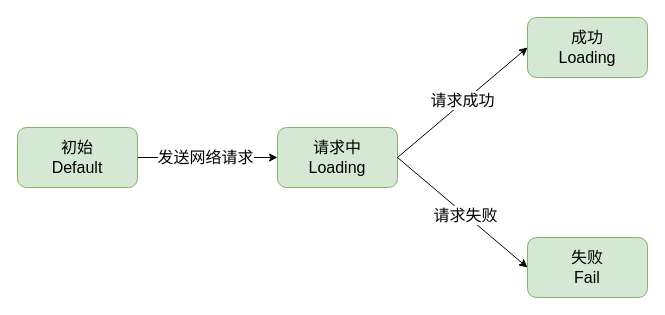
Earlier version of the draw.io diagram page "第 5 页" (5 of 9) of 频道首页执行流程.drawio (hpk1994/shophome). Source tidied: cells renumbered, new cells numbered last; positions are measured from the earlier drawing's top-left corner, leaving out a move shared by most shapes. Both pictures are drawn from the tidied source at 100%, with x=0, y=0 at pixel (17, 17).
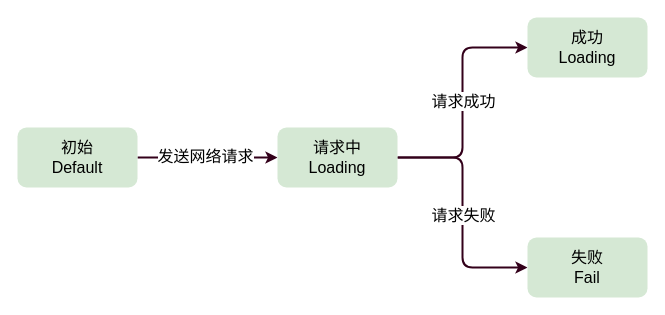
The same page after the edit.

Diff of the diagram source:
```diff
@@
 <mxGraphModel>
   <root>
     <mxCell id="0" />
     <mxCell id="1" parent="0" />
-    <mxCell id="2" style="edgeStyle=orthogonalEdgeStyle;rounded=0;jettySize=auto;html=1;exitX=1;exitY=0.5;exitDx=0;exitDy=0;entryX=0;entryY=0.5;entryDx=0;entryDy=0;fontSize=16;" parent="1" edge="1" source="4" target="5">
+    <mxCell id="2" style="edgeStyle=orthogonalEdgeStyle;rounded=1;jettySize=auto;html=1;exitX=1;exitY=0.5;exitDx=0;exitDy=0;entryX=0;entryY=0.5;entryDx=0;entryDy=0;startSize=34;strokeColor=#33001A;strokeWidth=2;fontSize=16;" parent="1" edge="1" source="4" target="5">
       <mxGeometry relative="1" as="geometry" />
     </mxCell>
     <mxCell id="3" value="发送网络请求" style="text;html=1;align=center;verticalAlign=middle;labelBackgroundColor=#ffffff;fontSize=16;" parent="2" vertex="1">
-      <mxGeometry x="-0.04" y="1" relative="1" as="geometry" />
+      <mxGeometry x="-0.04" y="2" relative="1" as="geometry" />
     </mxCell>
-    <mxCell id="4" value="初始&lt;br&gt;Default" style="rounded=1;whiteSpace=wrap;html=1;fontSize=16;fillColor=#d5e8d4;strokeColor=#82b366;" parent="1" vertex="1">
+    <mxCell id="4" value="初始&lt;br&gt;Default" style="rounded=1;whiteSpace=wrap;html=1;fontSize=16;fillColor=#d5e8d4;strokeColor=none;" parent="1" vertex="1">
       <mxGeometry y="110" width="120" height="60" as="geometry" />
     </mxCell>
+    <mxCell id="12" style="edgeStyle=orthogonalEdgeStyle;rounded=1;jettySize=auto;html=1;exitX=1;exitY=0.5;exitDx=0;exitDy=0;entryX=0;entryY=0.5;entryDx=0;entryDy=0;startSize=34;strokeColor=#33001A;strokeWidth=2;fontSize=16;" parent="1" edge="1" source="5" target="6">
+      <mxGeometry relative="1" as="geometry" />
+    </mxCell>
+    <mxCell id="9" value="请求成功" style="text;html=1;align=center;verticalAlign=middle;labelBackgroundColor=#ffffff;fontSize=16;" parent="12" vertex="1">
+      <mxGeometry x="0.02" relative="1" as="geometry" />
+    </mxCell>
+    <mxCell id="10" style="edgeStyle=orthogonalEdgeStyle;rounded=1;jettySize=auto;html=1;exitX=1;exitY=0.5;exitDx=0;exitDy=0;entryX=0;entryY=0.5;entryDx=0;entryDy=0;startSize=34;strokeColor=#33001A;strokeWidth=2;fontSize=16;" parent="1" edge="1" source="5" target="7">
+      <mxGeometry relative="1" as="geometry" />
+    </mxCell>
+    <mxCell id="11" value="请求失败" style="text;html=1;align=center;verticalAlign=middle;labelBackgroundColor=#ffffff;fontSize=16;" parent="10" vertex="1">
+      <mxGeometry x="0.02" relative="1" as="geometry" />
+    </mxCell>
-    <mxCell id="5" value="请求中&lt;br&gt;Loading" style="rounded=1;whiteSpace=wrap;html=1;fontSize=16;fillColor=#d5e8d4;strokeColor=#82b366;" parent="1" vertex="1">
+    <mxCell id="5" value="请求中&lt;br&gt;Loading" style="rounded=1;whiteSpace=wrap;html=1;fontSize=16;fillColor=#d5e8d4;strokeColor=none;" parent="1" vertex="1">
       <mxGeometry x="260" y="110" width="120" height="60" as="geometry" />
     </mxCell>
-    <mxCell id="6" value="成功&lt;br&gt;Loading" style="rounded=1;whiteSpace=wrap;html=1;fontSize=16;fillColor=#d5e8d4;strokeColor=#82b366;" parent="1" vertex="1">
+    <mxCell id="6" value="成功&lt;br&gt;Loading" style="rounded=1;whiteSpace=wrap;html=1;fontSize=16;fillColor=#d5e8d4;strokeColor=none;" parent="1" vertex="1">
       <mxGeometry x="510" width="120" height="60" as="geometry" />
     </mxCell>
-    <mxCell id="7" value="失败&lt;br&gt;Fail" style="rounded=1;whiteSpace=wrap;html=1;fontSize=16;fillColor=#d5e8d4;strokeColor=#82b366;" parent="1" vertex="1">
+    <mxCell id="7" value="失败&lt;br&gt;Fail" style="rounded=1;whiteSpace=wrap;html=1;fontSize=16;fillColor=#d5e8d4;strokeColor=none;" parent="1" vertex="1">
       <mxGeometry x="510" y="220" width="120" height="60" as="geometry" />
     </mxCell>
-    <mxCell id="8" style="endArrow=classic;html=1;fontSize=16;entryX=0;entryY=0.5;entryDx=0;entryDy=0;" parent="1" edge="1" target="6">
-      <mxGeometry relative="1" as="geometry">
-        <mxPoint x="380" y="140" as="sourcePoint" />
-      </mxGeometry>
-    </mxCell>
-    <mxCell id="9" value="请求成功" style="text;html=1;align=center;verticalAlign=middle;labelBackgroundColor=#ffffff;fontSize=16;" parent="8" vertex="1">
-      <mxGeometry x="0.01" y="2" relative="1" as="geometry" />
-    </mxCell>
-    <mxCell id="10" style="endArrow=classic;html=1;fontSize=16;entryX=0;entryY=0.5;entryDx=0;entryDy=0;exitX=1;exitY=0.5;exitDx=0;exitDy=0;" parent="1" edge="1" source="5" target="7">
-      <mxGeometry relative="1" as="geometry" />
-    </mxCell>
-    <mxCell id="11" value="请求失败" style="text;html=1;align=center;verticalAlign=middle;labelBackgroundColor=#ffffff;fontSize=16;" parent="10" vertex="1">
-      <mxGeometry x="0.05" relative="1" as="geometry" />
-    </mxCell>
   </root>
 </mxGraphModel>
```
